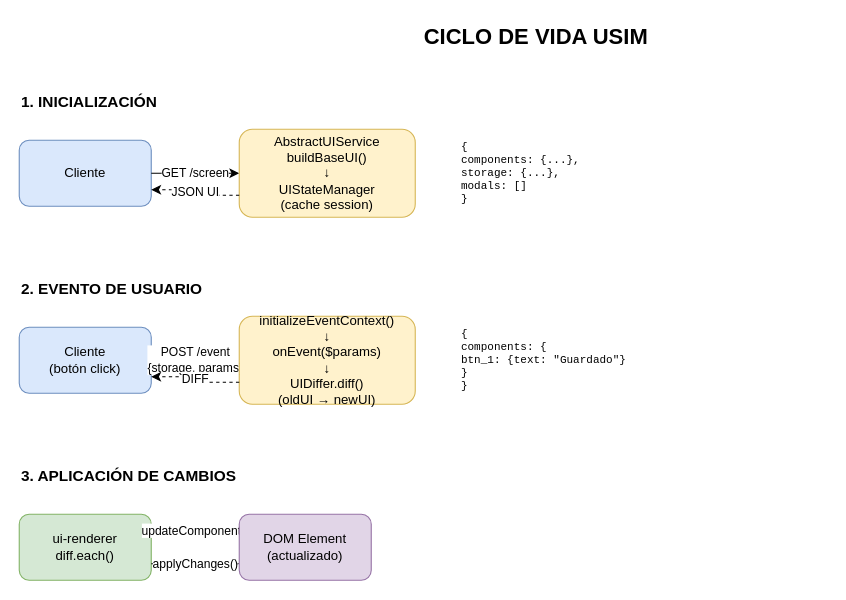
Above: page "1. Ciclo de Vida USIM" (1 of 4) of docs/framework/USIM_DIAGRAMS.drawio in eormeno-idei/microservicios-api (draw.io), before the change. Source tidied: cells renumbered, new cells numbered last; positions are measured from the earlier drawing's top-left corner, leaving out a move shared by most shapes. Both pictures are drawn from the tidied source at 110%, with x=0, y=0 at pixel (19, 19).
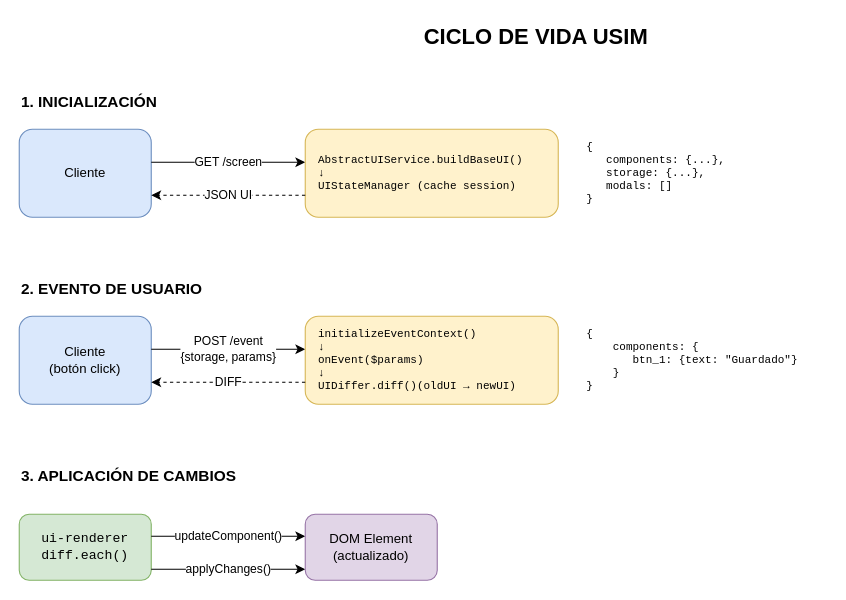
Above is the later version.

Change to the diagram source:
```diff
@@
     <mxCell id="4" value="Cliente" style="rounded=1;whiteSpace=wrap;html=1;fillColor=#dae8fc;strokeColor=#6c8ebf;" parent="1" vertex="1">
-      <mxGeometry y="110" width="120" height="60" as="geometry" />
+      <mxGeometry y="100" width="120" height="80" as="geometry" />
     </mxCell>
-    <mxCell id="5" value="GET /screen" style="edgeStyle=orthogonalEdgeStyle;rounded=0;jettySize=auto;html=1;exitX=1;exitY=0.5;exitDx=0;exitDy=0;entryX=0;entryY=0.5;entryDx=0;entryDy=0;" parent="1" edge="1" source="4" target="6">
-      <mxGeometry relative="1" as="geometry" />
+    <mxCell id="5" value="GET /screen" style="edgeStyle=orthogonalEdgeStyle;rounded=0;jettySize=auto;html=1;" parent="1" edge="1" source="4" target="6">
+      <mxGeometry relative="1" as="geometry">
+        <Array as="points">
+          <mxPoint x="190" y="130" />
+          <mxPoint x="190" y="130" />
+        </Array>
+      </mxGeometry>
     </mxCell>
-    <mxCell id="6" value="AbstractUIService&#10;buildBaseUI()&#10;↓&#10;UIStateManager&#10;(cache session)" style="rounded=1;whiteSpace=wrap;html=1;fillColor=#fff2cc;strokeColor=#d6b656;align=center;" parent="1" vertex="1">
-      <mxGeometry x="200" y="100" width="160" height="80" as="geometry" />
+    <mxCell id="6" value="AbstractUIService.buildBaseUI()&lt;br&gt;↓&lt;br&gt;UIStateManager (cache session)" style="rounded=1;html=1;fillColor=#fff2cc;strokeColor=#d6b656;align=left;fontFamily=Courier New;spacingLeft=10;fontSize=10;fontColor=default;whiteSpace=wrap;" parent="1" vertex="1">
+      <mxGeometry x="260" y="100" width="230" height="80" as="geometry" />
     </mxCell>
-    <mxCell id="7" value="JSON UI" style="edgeStyle=orthogonalEdgeStyle;rounded=0;jettySize=auto;html=1;exitX=0;exitY=0.75;exitDx=0;exitDy=0;entryX=1;entryY=0.75;entryDx=0;entryDy=0;dashed=1;" parent="1" edge="1" source="6" target="4">
-      <mxGeometry relative="1" as="geometry" />
+    <mxCell id="7" value="JSON UI" style="edgeStyle=orthogonalEdgeStyle;rounded=0;jettySize=auto;html=1;dashed=1;" parent="1" edge="1" source="6" target="4">
+      <mxGeometry relative="1" as="geometry">
+        <Array as="points">
+          <mxPoint x="190" y="160" />
+          <mxPoint x="190" y="160" />
+        </Array>
+      </mxGeometry>
     </mxCell>
-    <mxCell id="8" value="{&#10;  components: {...},&#10;  storage: {...},&#10;  modals: []&#10;}" style="text;html=1;strokeColor=none;fillColor=none;align=left;verticalAlign=middle;whiteSpace=wrap;rounded=0;fontFamily=Courier New;fontSize=10;" parent="1" vertex="1">
-      <mxGeometry x="400" y="110" width="150" height="60" as="geometry" />
+    <mxCell id="8" value="{&lt;br&gt;&amp;nbsp; &amp;nbsp;components: {...},&lt;br&gt;&amp;nbsp; &amp;nbsp;storage: {...},&lt;br&gt;&amp;nbsp; &amp;nbsp;modals: []&lt;br&gt;}" style="text;html=1;strokeColor=none;fillColor=none;align=left;verticalAlign=middle;whiteSpace=wrap;rounded=0;fontFamily=Courier New;fontSize=10;spacingLeft=10;" parent="1" vertex="1">
+      <mxGeometry x="504" y="110" width="180" height="60" as="geometry" />
     </mxCell>
@@
     <mxCell id="10" value="Cliente&#10;(botón click)" style="rounded=1;whiteSpace=wrap;html=1;fillColor=#dae8fc;strokeColor=#6c8ebf;" parent="1" vertex="1">
-      <mxGeometry y="280" width="120" height="60" as="geometry" />
+      <mxGeometry y="270" width="120" height="80" as="geometry" />
     </mxCell>
-    <mxCell id="11" value="POST /event&#10;{storage, params}" style="edgeStyle=orthogonalEdgeStyle;rounded=0;jettySize=auto;html=1;exitX=1;exitY=0.5;exitDx=0;exitDy=0;entryX=0;entryY=0.5;entryDx=0;entryDy=0;" parent="1" edge="1" source="10" target="12">
-      <mxGeometry relative="1" as="geometry" />
+    <mxCell id="11" value="POST /event&#10;{storage, params}" style="edgeStyle=orthogonalEdgeStyle;rounded=0;orthogonalLoop=1;jettySize=auto;html=1;" parent="1" edge="1">
+      <mxGeometry relative="1" as="geometry">
+        <mxPoint x="120" y="300" as="sourcePoint" />
+        <mxPoint x="260" y="300" as="targetPoint" />
+      </mxGeometry>
     </mxCell>
-    <mxCell id="12" value="initializeEventContext()&#10;↓&#10;onEvent($params)&#10;↓&#10;UIDiffer.diff()&#10;(oldUI → newUI)" style="rounded=1;whiteSpace=wrap;html=1;fillColor=#fff2cc;strokeColor=#d6b656;align=center;" parent="1" vertex="1">
-      <mxGeometry x="200" y="270" width="160" height="80" as="geometry" />
+    <mxCell id="12" value="initializeEventContext()&lt;br&gt;↓&lt;br&gt;onEvent($params)&lt;br&gt;↓&lt;br&gt;UIDiffer.diff()(oldUI → newUI)" style="rounded=1;whiteSpace=wrap;html=1;fillColor=#fff2cc;strokeColor=#d6b656;align=left;fontFamily=Courier New;fontSize=10;spacingLeft=10;" parent="1" vertex="1">
+      <mxGeometry x="260" y="270" width="230" height="80" as="geometry" />
     </mxCell>
-    <mxCell id="13" value="DIFF" style="edgeStyle=orthogonalEdgeStyle;rounded=0;jettySize=auto;html=1;exitX=0;exitY=0.75;exitDx=0;exitDy=0;entryX=1;entryY=0.75;entryDx=0;entryDy=0;dashed=1;" parent="1" edge="1" source="12" target="10">
-      <mxGeometry relative="1" as="geometry" />
+    <mxCell id="13" value="DIFF" style="edgeStyle=orthogonalEdgeStyle;rounded=0;orthogonalLoop=1;jettySize=auto;html=1;dashed=1;" parent="1" edge="1">
+      <mxGeometry relative="1" as="geometry">
+        <mxPoint x="260" y="330" as="sourcePoint" />
+        <mxPoint x="120" y="330" as="targetPoint" />
+      </mxGeometry>
     </mxCell>
-    <mxCell id="14" value="{&#10;  components: {&#10;    btn_1: {text: &quot;Guardado&quot;}&#10;  }&#10;}" style="text;html=1;strokeColor=none;fillColor=none;align=left;verticalAlign=middle;whiteSpace=wrap;rounded=0;fontFamily=Courier New;fontSize=10;" parent="1" vertex="1">
-      <mxGeometry x="400" y="280" width="200" height="60" as="geometry" />
+    <mxCell id="14" value="{&lt;br&gt;&amp;nbsp; &amp;nbsp; components: {&lt;br&gt;&amp;nbsp; &amp;nbsp; &amp;nbsp; &amp;nbsp;btn_1: {text: &quot;Guardado&quot;}&lt;br&gt;&amp;nbsp; &amp;nbsp; }&lt;br&gt;}" style="text;html=1;strokeColor=none;fillColor=none;align=left;verticalAlign=middle;whiteSpace=wrap;rounded=0;fontFamily=Courier New;fontSize=10;spacingLeft=10;" parent="1" vertex="1">
+      <mxGeometry x="504" y="280" width="230" height="60" as="geometry" />
     </mxCell>
@@
-    <mxCell id="16" value="ui-renderer&#10;diff.each()" style="rounded=1;whiteSpace=wrap;html=1;fillColor=#d5e8d4;strokeColor=#82b366;" parent="1" vertex="1">
+    <mxCell id="16" value="ui-renderer&#10;diff.each()" style="rounded=1;whiteSpace=wrap;html=1;fillColor=#d5e8d4;strokeColor=#82b366;fontFamily=Courier New;" parent="1" vertex="1">
       <mxGeometry y="450" width="120" height="60" as="geometry" />
     </mxCell>
-    <mxCell id="17" value="updateComponent()" style="edgeStyle=orthogonalEdgeStyle;rounded=0;jettySize=auto;html=1;exitX=1;exitY=0.25;exitDx=0;exitDy=0;entryX=0;entryY=0.25;entryDx=0;entryDy=0;" parent="1" edge="1" source="16" target="19">
-      <mxGeometry relative="1" as="geometry" />
+    <mxCell id="17" value="updateComponent()" style="edgeStyle=orthogonalEdgeStyle;rounded=0;orthogonalLoop=1;jettySize=auto;html=1;" parent="1" edge="1">
+      <mxGeometry relative="1" as="geometry">
+        <mxPoint x="120" y="470" as="sourcePoint" />
+        <mxPoint x="260" y="470" as="targetPoint" />
+      </mxGeometry>
     </mxCell>
-    <mxCell id="18" value="applyChanges()" style="edgeStyle=orthogonalEdgeStyle;rounded=0;jettySize=auto;html=1;exitX=1;exitY=0.75;exitDx=0;exitDy=0;entryX=0;entryY=0.75;entryDx=0;entryDy=0;" parent="1" edge="1" source="16" target="19">
-      <mxGeometry relative="1" as="geometry" />
+    <mxCell id="18" value="applyChanges()" style="edgeStyle=orthogonalEdgeStyle;rounded=0;orthogonalLoop=1;jettySize=auto;html=1;" parent="1" edge="1">
+      <mxGeometry relative="1" as="geometry">
+        <mxPoint x="120" y="500" as="sourcePoint" />
+        <mxPoint x="260" y="500" as="targetPoint" />
+      </mxGeometry>
     </mxCell>
     <mxCell id="19" value="DOM Element&#10;(actualizado)" style="rounded=1;whiteSpace=wrap;html=1;fillColor=#e1d5e7;strokeColor=#9673a6;" parent="1" vertex="1">
-      <mxGeometry x="200" y="450" width="120" height="60" as="geometry" />
+      <mxGeometry x="260" y="450" width="120" height="60" as="geometry" />
     </mxCell>
```
